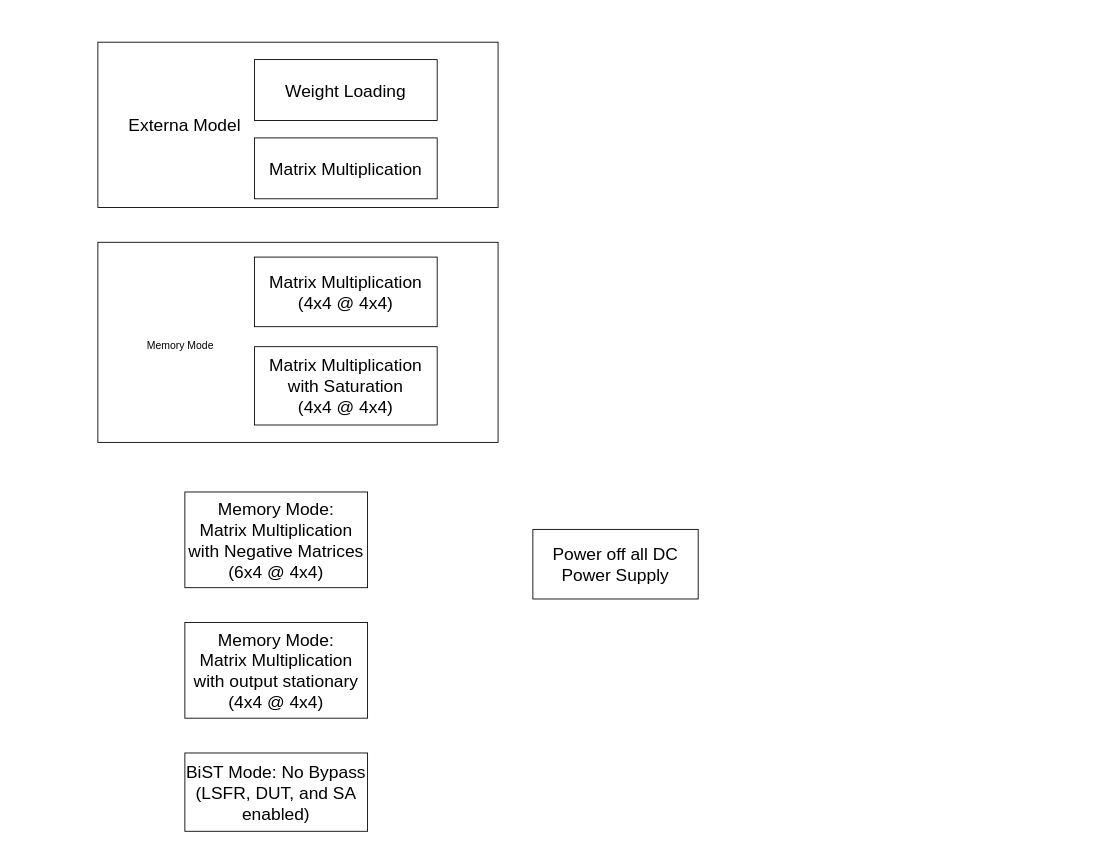
Above: lecture/images/presentation_diagrams.drawio in 1102131860/Validation_Chip_Characteristics (draw.io), before the change. Source tidied: cells renumbered, new cells numbered last; positions are measured from the earlier drawing's top-left corner, leaving out a move shared by most shapes. Both pictures are drawn from the tidied source at 87%, with x=0, y=0 at pixel (97, 42).
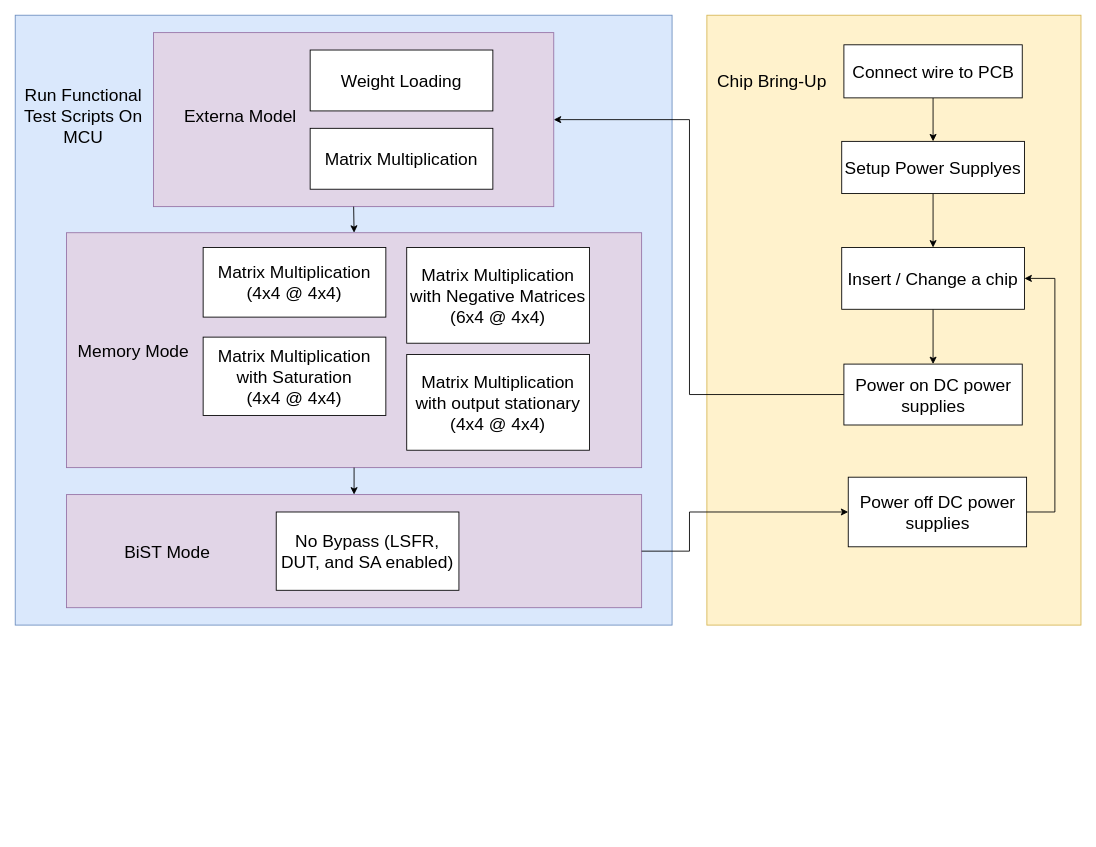
The same diagram, later.

What changed in the source:
```diff
@@
+    <mxCell id="14" style="rounded=0;whiteSpace=wrap;html=1;fillColor=#fff2cc;strokeColor=#d6b656;" parent="1" vertex="1">
+      <mxGeometry x="700" y="-31" width="430" height="701" as="geometry" />
+    </mxCell>
+    <mxCell id="15" style="rounded=0;whiteSpace=wrap;html=1;fontSize=20;fillColor=#dae8fc;strokeColor=#6c8ebf;" parent="1" vertex="1">
+      <mxGeometry x="-95" y="-31" width="755" height="701" as="geometry" />
+    </mxCell>
+    <mxCell id="16" style="rounded=0;whiteSpace=wrap;html=1;fontSize=20;fillColor=#e1d5e7;strokeColor=#9673a6;" parent="1" vertex="1">
+      <mxGeometry x="-36" y="520" width="661" height="130" as="geometry" />
+    </mxCell>
-    <mxCell id="2" style="rounded=0;whiteSpace=wrap;html=1;" parent="1" vertex="1">
-      <mxGeometry y="230" width="460" height="230" as="geometry" />
+    <mxCell id="2" style="rounded=0;whiteSpace=wrap;html=1;fontSize=20;fillColor=#e1d5e7;strokeColor=#9673a6;" parent="1" vertex="1">
+      <mxGeometry x="-36" y="219" width="661" height="270" as="geometry" />
     </mxCell>
-    <mxCell id="3" style="rounded=0;whiteSpace=wrap;html=1;" parent="1" vertex="1">
-      <mxGeometry width="460" height="190" as="geometry" />
+    <mxCell id="3" style="rounded=0;whiteSpace=wrap;html=1;fontSize=20;fillColor=#e1d5e7;strokeColor=#9673a6;" parent="1" vertex="1">
+      <mxGeometry x="64" y="-11" width="460" height="200" as="geometry" />
     </mxCell>
-    <mxCell id="4" value="&lt;font style=&quot;font-size: 20px;&quot;&gt;Weight Loading&lt;/font&gt;" style="rounded=0;whiteSpace=wrap;html=1;" parent="1" vertex="1">
-      <mxGeometry x="180" y="20" width="210" height="70" as="geometry" />
+    <mxCell id="4" value="&lt;font&gt;Weight Loading&lt;/font&gt;" style="rounded=0;whiteSpace=wrap;html=1;fontSize=20;" parent="1" vertex="1">
+      <mxGeometry x="244" y="9" width="210" height="70" as="geometry" />
     </mxCell>
-    <mxCell id="5" value="&lt;font style=&quot;font-size: 20px;&quot;&gt;Matrix Multiplication&lt;/font&gt;" style="rounded=0;whiteSpace=wrap;html=1;" parent="1" vertex="1">
-      <mxGeometry x="180" y="110" width="210" height="70" as="geometry" />
+    <mxCell id="5" value="&lt;font&gt;Matrix Multiplication&lt;/font&gt;" style="rounded=0;whiteSpace=wrap;html=1;fontSize=20;" parent="1" vertex="1">
+      <mxGeometry x="244" y="99" width="210" height="70" as="geometry" />
     </mxCell>
-    <mxCell id="6" value="&lt;font style=&quot;font-size: 20px;&quot;&gt;Matrix Multiplication (4x4 @ 4x4)&lt;/font&gt;" style="rounded=0;whiteSpace=wrap;html=1;" parent="1" vertex="1">
-      <mxGeometry x="180" y="247" width="210" height="80" as="geometry" />
+    <mxCell id="6" value="&lt;font&gt;Matrix Multiplication (4x4 @ 4x4)&lt;/font&gt;" style="rounded=0;whiteSpace=wrap;html=1;fontSize=20;" parent="1" vertex="1">
+      <mxGeometry x="121" y="236" width="210" height="80" as="geometry" />
     </mxCell>
-    <mxCell id="7" value="&lt;font style=&quot;font-size: 20px;&quot;&gt;Matrix Multiplication with Saturation&lt;br&gt;(4x4 @ 4x4)&lt;/font&gt;" style="rounded=0;whiteSpace=wrap;html=1;" parent="1" vertex="1">
-      <mxGeometry x="180" y="350" width="210" height="90" as="geometry" />
+    <mxCell id="7" value="&lt;font&gt;Matrix Multiplication with Saturation&lt;br&gt;(4x4 @ 4x4)&lt;/font&gt;" style="rounded=0;whiteSpace=wrap;html=1;fontSize=20;" parent="1" vertex="1">
+      <mxGeometry x="121" y="339" width="210" height="90" as="geometry" />
     </mxCell>
-    <mxCell id="8" value="&lt;font style=&quot;font-size: 20px;&quot;&gt;Memory Mode:&lt;br&gt;Matrix Multiplication with Negative Matrices&lt;br&gt;(6x4 @ 4x4)&lt;/font&gt;" style="rounded=0;whiteSpace=wrap;html=1;" parent="1" vertex="1">
-      <mxGeometry x="100" y="517" width="210" height="110" as="geometry" />
+    <mxCell id="8" value="&lt;font&gt;Matrix Multiplication with Negative Matrices&lt;br&gt;(6x4 @ 4x4)&lt;/font&gt;" style="rounded=0;whiteSpace=wrap;html=1;fontSize=20;" parent="1" vertex="1">
+      <mxGeometry x="355" y="236" width="210" height="110" as="geometry" />
     </mxCell>
-    <mxCell id="9" value="&lt;font style=&quot;font-size: 20px;&quot;&gt;Memory Mode:&lt;br&gt;Matrix Multiplication with output stationary&lt;br&gt;(4x4 @ 4x4)&lt;/font&gt;" style="rounded=0;whiteSpace=wrap;html=1;" parent="1" vertex="1">
-      <mxGeometry x="100" y="667" width="210" height="110" as="geometry" />
+    <mxCell id="9" value="&lt;font&gt;Matrix Multiplication with output stationary&lt;br&gt;(4x4 @ 4x4)&lt;/font&gt;" style="rounded=0;whiteSpace=wrap;html=1;fontSize=20;" parent="1" vertex="1">
+      <mxGeometry x="355" y="359" width="210" height="110" as="geometry" />
     </mxCell>
-    <mxCell id="10" value="&lt;span style=&quot;font-size: 20px;&quot;&gt;BiST Mode: No Bypass (LSFR, DUT, and SA enabled)&lt;/span&gt;" style="rounded=0;whiteSpace=wrap;html=1;" parent="1" vertex="1">
-      <mxGeometry x="100" y="817" width="210" height="90" as="geometry" />
+    <mxCell id="10" value="&lt;span&gt;No Bypass (LSFR, DUT, and SA enabled)&lt;/span&gt;" style="rounded=0;whiteSpace=wrap;html=1;fontSize=20;" parent="1" vertex="1">
+      <mxGeometry x="205" y="540" width="210" height="90" as="geometry" />
     </mxCell>
-    <mxCell id="11" value="&lt;span style=&quot;font-size: 20px;&quot;&gt;Power off all DC Power Supply&lt;/span&gt;" style="rounded=0;whiteSpace=wrap;html=1;" parent="1" vertex="1">
-      <mxGeometry x="500" y="560" width="190" height="80" as="geometry" />
+    <mxCell id="11" value="&lt;span&gt;Power off DC power supplies&lt;/span&gt;" style="rounded=0;whiteSpace=wrap;html=1;fontSize=20;" parent="1" vertex="1">
+      <mxGeometry x="862.5" y="500" width="205" height="80" as="geometry" />
     </mxCell>
-    <mxCell id="12" value="&lt;font style=&quot;font-size: 20px;&quot;&gt;Externa Model&lt;/font&gt;" style="text;html=1;whiteSpace=wrap;strokeColor=none;fillColor=none;align=center;verticalAlign=middle;rounded=0;" parent="1" vertex="1">
-      <mxGeometry x="30" y="80" width="140" height="30" as="geometry" />
+    <mxCell id="12" value="&lt;font&gt;Externa Model&lt;/font&gt;" style="text;html=1;whiteSpace=wrap;strokeColor=none;fillColor=none;align=center;verticalAlign=middle;rounded=0;fontSize=20;" parent="1" vertex="1">
+      <mxGeometry x="94" y="69" width="140" height="30" as="geometry" />
     </mxCell>
-    <mxCell id="13" value="Memory Mode" style="text;html=1;whiteSpace=wrap;strokeColor=none;fillColor=none;align=center;verticalAlign=middle;rounded=0;" parent="1" vertex="1">
-      <mxGeometry x="50" y="327" width="90" height="43" as="geometry" />
+    <mxCell id="13" value="&lt;font&gt;Memory Mode&lt;/font&gt;" style="text;html=1;whiteSpace=wrap;strokeColor=none;fillColor=none;align=center;verticalAlign=middle;rounded=0;fontSize=20;" parent="1" vertex="1">
+      <mxGeometry x="-29" y="319" width="140" height="70" as="geometry" />
     </mxCell>
+    <mxCell id="17" value="&lt;font&gt;BiST Mode&lt;/font&gt;" style="text;html=1;whiteSpace=wrap;strokeColor=none;fillColor=none;align=center;verticalAlign=middle;rounded=0;fontSize=20;" parent="1" vertex="1">
+      <mxGeometry x="20" y="560" width="120" height="50" as="geometry" />
+    </mxCell>
+    <mxCell id="18" value="&lt;font&gt;Run Functional Test Scripts On MCU&lt;/font&gt;" style="text;html=1;whiteSpace=wrap;strokeColor=none;fillColor=none;align=center;verticalAlign=middle;rounded=0;fontSize=20;" parent="1" vertex="1">
+      <mxGeometry x="-89" y="54" width="145" height="60" as="geometry" />
+    </mxCell>
+    <mxCell id="19" value="&lt;font style=&quot;font-size: 20px;&quot;&gt;Chip Bring-Up&lt;/font&gt;" style="text;html=1;whiteSpace=wrap;strokeColor=none;fillColor=none;align=center;verticalAlign=middle;rounded=0;" parent="1" vertex="1">
+      <mxGeometry x="695" y="24" width="160" height="40" as="geometry" />
+    </mxCell>
+    <mxCell id="20" style="edgeStyle=orthogonalEdgeStyle;rounded=0;jettySize=auto;html=1;" parent="1" edge="1" source="21" target="26">
+      <mxGeometry relative="1" as="geometry" />
+    </mxCell>
+    <mxCell id="21" value="&lt;font style=&quot;font-size: 20px;&quot;&gt;Insert / Change a chip&lt;/font&gt;" style="rounded=0;whiteSpace=wrap;html=1;" parent="1" vertex="1">
+      <mxGeometry x="855" y="236" width="210" height="71" as="geometry" />
+    </mxCell>
+    <mxCell id="22" style="edgeStyle=orthogonalEdgeStyle;rounded=0;jettySize=auto;html=1;" parent="1" edge="1" source="23" target="21">
+      <mxGeometry relative="1" as="geometry" />
+    </mxCell>
+    <mxCell id="23" value="&lt;font style=&quot;font-size: 20px;&quot;&gt;Setup Power Supplyes&lt;/font&gt;" style="rounded=0;whiteSpace=wrap;html=1;" parent="1" vertex="1">
+      <mxGeometry x="855" y="114" width="210" height="60" as="geometry" />
+    </mxCell>
+    <mxCell id="24" style="edgeStyle=orthogonalEdgeStyle;rounded=0;jettySize=auto;html=1;" parent="1" edge="1" source="25" target="23">
+      <mxGeometry relative="1" as="geometry" />
+    </mxCell>
+    <mxCell id="25" value="&lt;font style=&quot;font-size: 20px;&quot;&gt;Connect wire to PCB&lt;/font&gt;" style="rounded=0;whiteSpace=wrap;html=1;" parent="1" vertex="1">
+      <mxGeometry x="857.5" y="3" width="205" height="61" as="geometry" />
+    </mxCell>
+    <mxCell id="26" value="&lt;font style=&quot;font-size: 20px;&quot;&gt;Power on DC power supplies&lt;/font&gt;" style="rounded=0;whiteSpace=wrap;html=1;" parent="1" vertex="1">
+      <mxGeometry x="857.5" y="370" width="205" height="70" as="geometry" />
+    </mxCell>
+    <mxCell id="27" style="endArrow=classic;html=1;rounded=0;entryX=1;entryY=0.5;entryDx=0;entryDy=0;exitX=0;exitY=0.5;exitDx=0;exitDy=0;edgeStyle=orthogonalEdgeStyle;" parent="1" edge="1" source="26" target="3">
+      <mxGeometry relative="1" as="geometry">
+        <Array as="points">
+          <mxPoint x="680" y="405" />
+          <mxPoint x="680" y="89" />
+        </Array>
+      </mxGeometry>
+    </mxCell>
+    <mxCell id="28" style="endArrow=classic;html=1;rounded=0;exitX=0.5;exitY=1;exitDx=0;exitDy=0;entryX=0.5;entryY=0;entryDx=0;entryDy=0;" parent="1" edge="1" source="3" target="2">
+      <mxGeometry relative="1" as="geometry" />
+    </mxCell>
+    <mxCell id="29" style="endArrow=classic;html=1;rounded=0;exitX=0.5;exitY=1;exitDx=0;exitDy=0;entryX=0.5;entryY=0;entryDx=0;entryDy=0;" parent="1" edge="1" source="2" target="16">
+      <mxGeometry relative="1" as="geometry" />
+    </mxCell>
+    <mxCell id="30" style="endArrow=classic;html=1;rounded=0;exitX=1;exitY=0.5;exitDx=0;exitDy=0;entryX=0;entryY=0.5;entryDx=0;entryDy=0;edgeStyle=orthogonalEdgeStyle;" parent="1" edge="1" source="16" target="11">
+      <mxGeometry relative="1" as="geometry">
+        <Array as="points">
+          <mxPoint x="680" y="585" />
+          <mxPoint x="680" y="540" />
+        </Array>
+      </mxGeometry>
+    </mxCell>
+    <mxCell id="31" style="endArrow=classic;html=1;rounded=0;exitX=1;exitY=0.5;exitDx=0;exitDy=0;entryX=1;entryY=0.5;entryDx=0;entryDy=0;edgeStyle=orthogonalEdgeStyle;" parent="1" edge="1" source="11" target="21">
+      <mxGeometry relative="1" as="geometry">
+        <Array as="points">
+          <mxPoint x="1100" y="540" />
+          <mxPoint x="1100" y="272" />
+        </Array>
+      </mxGeometry>
+    </mxCell>
```
